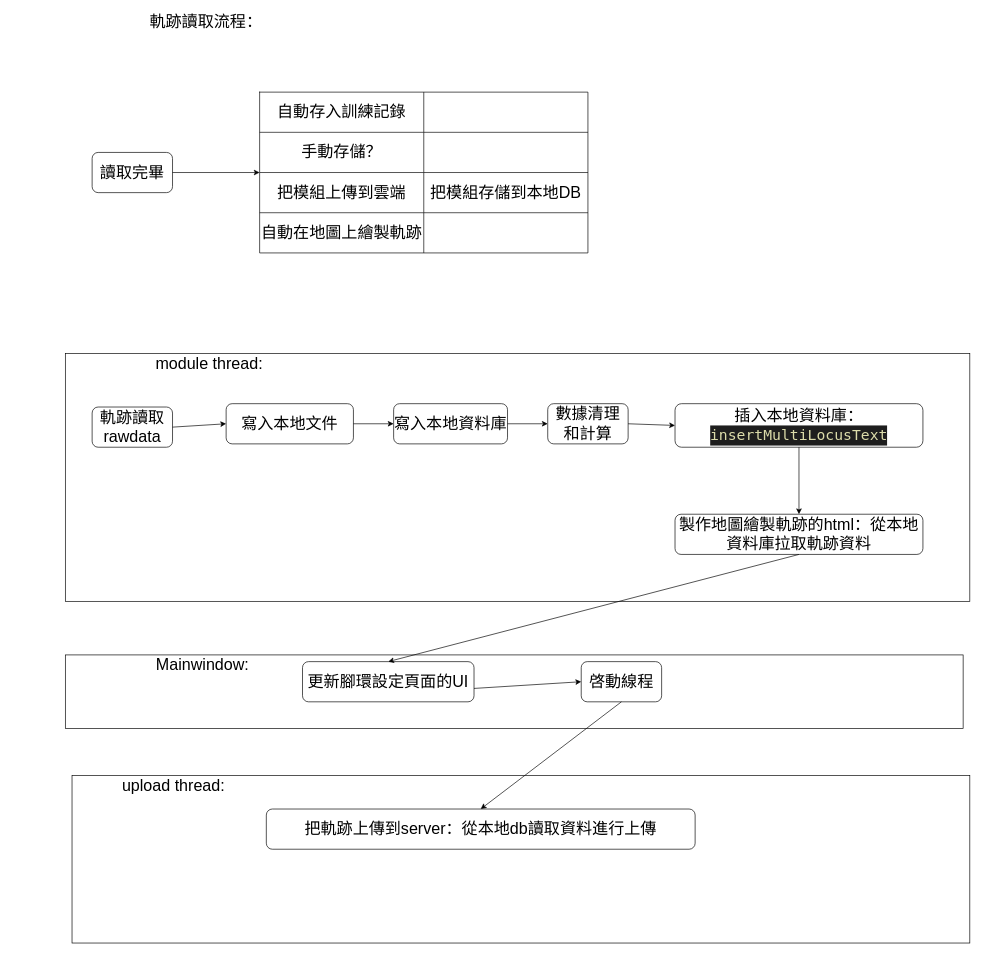
Earlier version of the draw.io diagram page "流程圖" (1 of 4) of skyleader2.0.drawio (pengzhen80/PigeonRace). Source tidied: cells renumbered, new cells numbered last; positions are measured from the earlier drawing's top-left corner, leaving out a move shared by most shapes. Both pictures are drawn from the tidied source at 67%, with x=0, y=0 at pixel (65, 11).
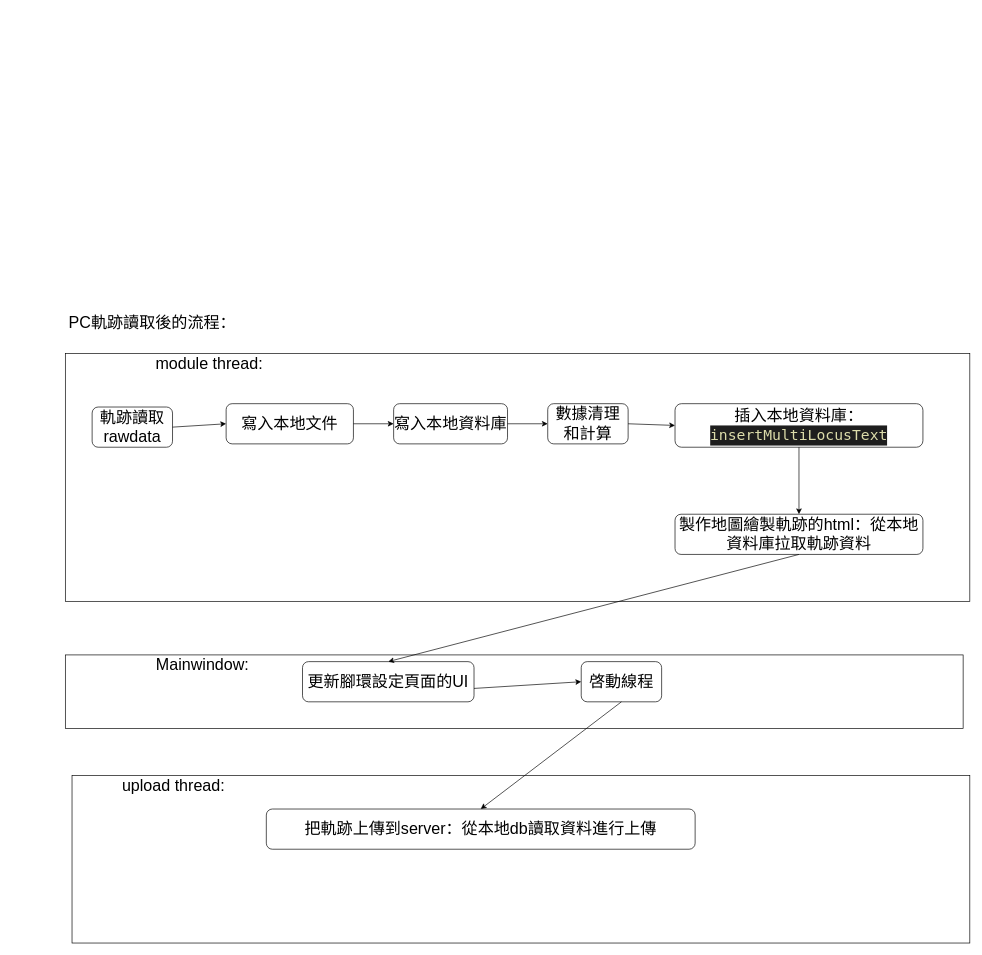
After the change.

What changed in the source:
```diff
@@
-    <mxCell id="4" value="&lt;font style=&quot;font-size: 24px;&quot;&gt;讀取完畢&lt;/font&gt;" style="rounded=1;whiteSpace=wrap;html=1;" parent="1" vertex="1">
-      <mxGeometry x="40" y="210" width="120" height="60" as="geometry" />
-    </mxCell>
-    <mxCell id="5" style="endArrow=classic;html=1;rounded=0;exitX=1;exitY=0.5;exitDx=0;exitDy=0;" parent="1" edge="1" source="4">
-      <mxGeometry relative="1" as="geometry">
-        <mxPoint x="290" y="240" as="targetPoint" />
-      </mxGeometry>
-    </mxCell>
-    <mxCell id="6" style="shape=table;startSize=0;childLayout=tableLayout;fontSize=24;" parent="1" vertex="1">
-      <mxGeometry x="290" y="120" width="490" height="240" as="geometry" />
-    </mxCell>
-    <mxCell id="7" style="shape=tableRow;horizontal=0;startSize=0;swimlaneHead=0;swimlaneBody=0;top=0;left=0;bottom=0;right=0;fillColor=none;fontSize=24;" parent="6" vertex="1">
-      <mxGeometry width="490" height="60" as="geometry" />
-    </mxCell>
-    <mxCell id="8" value="自動存入訓練記錄" style="shape=partialRectangle;html=1;whiteSpace=wrap;overflow=hidden;fillColor=none;top=0;left=0;bottom=0;right=0;fontSize=24;" parent="7" vertex="1">
-      <mxGeometry width="245" height="60" as="geometry" />
-    </mxCell>
-    <mxCell id="9" style="shape=partialRectangle;html=1;whiteSpace=wrap;overflow=hidden;fillColor=none;top=0;left=0;bottom=0;right=0;fontSize=24;" parent="7" vertex="1">
-      <mxGeometry x="245" width="245" height="60" as="geometry" />
-    </mxCell>
-    <mxCell id="10" style="shape=tableRow;horizontal=0;startSize=0;swimlaneHead=0;swimlaneBody=0;top=0;left=0;bottom=0;right=0;fillColor=none;fontSize=24;" parent="6" vertex="1">
-      <mxGeometry y="60" width="490" height="60" as="geometry" />
-    </mxCell>
-    <mxCell id="11" value="手動存儲？" style="shape=partialRectangle;html=1;whiteSpace=wrap;overflow=hidden;fillColor=none;top=0;left=0;bottom=0;right=0;fontSize=24;" parent="10" vertex="1">
-      <mxGeometry width="245" height="60" as="geometry" />
-    </mxCell>
-    <mxCell id="12" style="shape=partialRectangle;html=1;whiteSpace=wrap;overflow=hidden;fillColor=none;top=0;left=0;bottom=0;right=0;fontSize=24;" parent="10" vertex="1">
-      <mxGeometry x="245" width="245" height="60" as="geometry" />
-    </mxCell>
-    <mxCell id="13" style="shape=tableRow;horizontal=0;startSize=0;swimlaneHead=0;swimlaneBody=0;top=0;left=0;bottom=0;right=0;fillColor=none;fontSize=24;" parent="6" vertex="1">
-      <mxGeometry y="120" width="490" height="60" as="geometry" />
-    </mxCell>
-    <mxCell id="14" value="把模組上傳到雲端" style="shape=partialRectangle;html=1;whiteSpace=wrap;overflow=hidden;fillColor=none;top=0;left=0;bottom=0;right=0;fontSize=24;" parent="13" vertex="1">
-      <mxGeometry width="245" height="60" as="geometry" />
-    </mxCell>
-    <mxCell id="15" value="把模組存儲到本地DB" style="shape=partialRectangle;html=1;whiteSpace=wrap;overflow=hidden;fillColor=none;top=0;left=0;bottom=0;right=0;fontSize=24;" parent="13" vertex="1">
-      <mxGeometry x="245" width="245" height="60" as="geometry" />
-    </mxCell>
-    <mxCell id="16" style="shape=tableRow;horizontal=0;startSize=0;swimlaneHead=0;swimlaneBody=0;top=0;left=0;bottom=0;right=0;fillColor=none;fontSize=24;" parent="6" vertex="1">
-      <mxGeometry y="180" width="490" height="60" as="geometry" />
-    </mxCell>
-    <mxCell id="17" value="自動在地圖上繪製軌跡" style="shape=partialRectangle;html=1;whiteSpace=wrap;overflow=hidden;fillColor=none;top=0;left=0;bottom=0;right=0;fontSize=24;" parent="16" vertex="1">
-      <mxGeometry width="245" height="60" as="geometry" />
-    </mxCell>
-    <mxCell id="18" style="shape=partialRectangle;html=1;whiteSpace=wrap;overflow=hidden;fillColor=none;top=0;left=0;bottom=0;right=0;fontSize=24;" parent="16" vertex="1">
-      <mxGeometry x="245" width="245" height="60" as="geometry" />
-    </mxCell>
@@
-    <mxCell id="40" value="軌跡讀取流程：" style="text;html=1;strokeColor=none;fillColor=none;align=center;verticalAlign=middle;whiteSpace=wrap;rounded=0;fontSize=24;" parent="1" vertex="1">
-      <mxGeometry width="420" height="30" as="geometry" />
+    <mxCell id="40" value="PC軌跡讀取後的流程：" style="text;html=1;strokeColor=none;fillColor=none;align=center;verticalAlign=middle;whiteSpace=wrap;rounded=0;fontSize=24;" parent="1" vertex="1">
+      <mxGeometry x="-80" y="450" width="420" height="30" as="geometry" />
     </mxCell>
```
